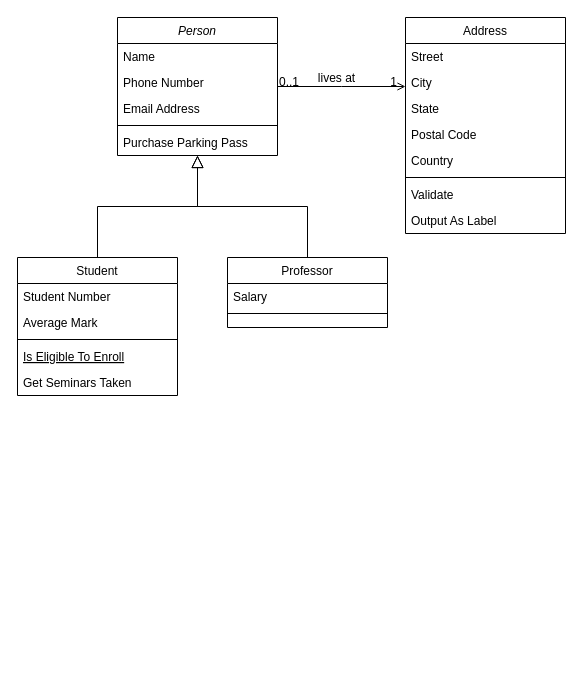
siiti/Perpus-Digital_TEFA keeps this draw.io diagram as Untitled Diagram.drawio. Above is the earlier version. Source tidied: cells renumbered, new cells numbered last; positions are measured from the earlier drawing's top-left corner, leaving out a move shared by most shapes. Both pictures are drawn from the tidied source at 100%, with x=0, y=0 at pixel (17, 17).
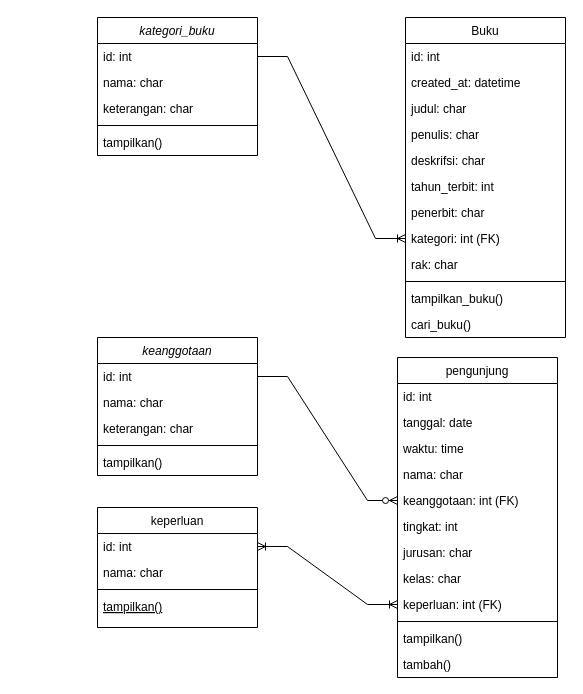
Above is the later version.

Change to the diagram source:
```diff
@@
-    <mxCell id="2" value="Person" style="swimlane;fontStyle=2;align=center;verticalAlign=top;horizontal=1;startSize=26;rounded=0;shadow=0;strokeWidth=1;" parent="1" vertex="1">
-      <mxGeometry x="100" width="160" height="138" as="geometry" />
+    <mxCell id="2" value="kategori_buku" style="swimlane;fontStyle=2;align=center;verticalAlign=top;horizontal=1;startSize=26;rounded=0;shadow=0;strokeWidth=1;" parent="1" vertex="1">
+      <mxGeometry x="80" width="160" height="138" as="geometry" />
     </mxCell>
-    <mxCell id="3" value="Name" style="text;align=left;verticalAlign=top;spacingLeft=4;spacingRight=4;overflow=hidden;points=[[0,0.5],[1,0.5]];portConstraint=eastwest;" parent="2" vertex="1">
+    <mxCell id="3" value="id: int" style="text;align=left;verticalAlign=top;spacingLeft=4;spacingRight=4;overflow=hidden;points=[[0,0.5],[1,0.5]];portConstraint=eastwest;" parent="2" vertex="1">
       <mxGeometry y="26" width="160" height="26" as="geometry" />
     </mxCell>
-    <mxCell id="4" value="Phone Number" style="text;align=left;verticalAlign=top;spacingLeft=4;spacingRight=4;overflow=hidden;rounded=0;shadow=0;html=0;" parent="2" vertex="1">
+    <mxCell id="4" value="nama: char" style="text;align=left;verticalAlign=top;spacingLeft=4;spacingRight=4;overflow=hidden;rounded=0;shadow=0;html=0;" parent="2" vertex="1">
       <mxGeometry y="52" width="160" height="26" as="geometry" />
     </mxCell>
-    <mxCell id="5" value="Email Address" style="text;align=left;verticalAlign=top;spacingLeft=4;spacingRight=4;overflow=hidden;rounded=0;shadow=0;html=0;" parent="2" vertex="1">
+    <mxCell id="5" value="keterangan: char" style="text;align=left;verticalAlign=top;spacingLeft=4;spacingRight=4;overflow=hidden;rounded=0;shadow=0;html=0;" parent="2" vertex="1">
       <mxGeometry y="78" width="160" height="26" as="geometry" />
     </mxCell>
@@
-    <mxCell id="7" value="Purchase Parking Pass" style="text;align=left;verticalAlign=top;spacingLeft=4;spacingRight=4;overflow=hidden;" parent="2" vertex="1">
+    <mxCell id="7" value="tampilkan()" style="text;align=left;verticalAlign=top;spacingLeft=4;spacingRight=4;overflow=hidden;" parent="2" vertex="1">
       <mxGeometry y="112" width="160" height="26" as="geometry" />
     </mxCell>
-    <mxCell id="8" value="Student" style="swimlane;fontStyle=0;align=center;verticalAlign=top;horizontal=1;startSize=26;rounded=0;shadow=0;strokeWidth=1;" parent="1" vertex="1">
-      <mxGeometry y="240" width="160" height="138" as="geometry" />
+    <mxCell id="8" value="keperluan" style="swimlane;fontStyle=0;align=center;verticalAlign=top;horizontal=1;startSize=26;rounded=0;shadow=0;strokeWidth=1;" parent="1" vertex="1">
+      <mxGeometry x="80" y="490" width="160" height="120" as="geometry" />
     </mxCell>
-    <mxCell id="9" value="Student Number" style="text;align=left;verticalAlign=top;spacingLeft=4;spacingRight=4;overflow=hidden;points=[[0,0.5],[1,0.5]];portConstraint=eastwest;" parent="8" vertex="1">
+    <mxCell id="9" value="id: int" style="text;align=left;verticalAlign=top;spacingLeft=4;spacingRight=4;overflow=hidden;points=[[0,0.5],[1,0.5]];portConstraint=eastwest;" parent="8" vertex="1">
       <mxGeometry y="26" width="160" height="26" as="geometry" />
     </mxCell>
-    <mxCell id="10" value="Average Mark" style="text;align=left;verticalAlign=top;spacingLeft=4;spacingRight=4;overflow=hidden;rounded=0;shadow=0;html=0;" parent="8" vertex="1">
+    <mxCell id="10" value="nama: char" style="text;align=left;verticalAlign=top;spacingLeft=4;spacingRight=4;overflow=hidden;rounded=0;shadow=0;html=0;" parent="8" vertex="1">
       <mxGeometry y="52" width="160" height="26" as="geometry" />
     </mxCell>
@@
-    <mxCell id="12" value="Is Eligible To Enroll" style="text;align=left;verticalAlign=top;spacingLeft=4;spacingRight=4;overflow=hidden;fontStyle=4;" parent="8" vertex="1">
+    <mxCell id="12" value="tampilkan()" style="text;align=left;verticalAlign=top;spacingLeft=4;spacingRight=4;overflow=hidden;fontStyle=4;" parent="8" vertex="1">
       <mxGeometry y="86" width="160" height="26" as="geometry" />
     </mxCell>
-    <mxCell id="13" value="Get Seminars Taken" style="text;align=left;verticalAlign=top;spacingLeft=4;spacingRight=4;overflow=hidden;" parent="8" vertex="1">
-      <mxGeometry y="112" width="160" height="26" as="geometry" />
-    </mxCell>
-    <mxCell id="14" style="endArrow=block;endSize=10;endFill=0;shadow=0;strokeWidth=1;rounded=0;edgeStyle=elbowEdgeStyle;elbow=vertical;" parent="1" edge="1" source="8" target="2">
-      <mxGeometry relative="1" as="geometry" />
-    </mxCell>
-    <mxCell id="15" value="Professor" style="swimlane;fontStyle=0;align=center;verticalAlign=top;horizontal=1;startSize=26;rounded=0;shadow=0;strokeWidth=1;" parent="1" vertex="1">
-      <mxGeometry x="210" y="240" width="160" height="70" as="geometry" />
-    </mxCell>
-    <mxCell id="16" value="Salary" style="text;align=left;verticalAlign=top;spacingLeft=4;spacingRight=4;overflow=hidden;" parent="15" vertex="1">
-      <mxGeometry y="26" width="160" height="26" as="geometry" />
-    </mxCell>
-    <mxCell id="17" style="line;html=1;strokeWidth=1;align=left;verticalAlign=middle;spacingTop=-1;spacingLeft=3;spacingRight=3;labelPosition=right;" parent="15" vertex="1">
-      <mxGeometry y="52" width="160" height="8" as="geometry" />
-    </mxCell>
-    <mxCell id="18" style="endArrow=block;endSize=10;endFill=0;shadow=0;strokeWidth=1;rounded=0;edgeStyle=elbowEdgeStyle;elbow=vertical;" parent="1" edge="1" source="15" target="2">
-      <mxGeometry relative="1" as="geometry" />
-    </mxCell>
-    <mxCell id="19" value="Address" style="swimlane;fontStyle=0;align=center;verticalAlign=top;horizontal=1;startSize=26;rounded=0;shadow=0;strokeWidth=1;" parent="1" vertex="1">
-      <mxGeometry x="388" width="160" height="216" as="geometry" />
+    <mxCell id="19" value="Buku" style="swimlane;fontStyle=0;align=center;verticalAlign=top;horizontal=1;startSize=26;rounded=0;shadow=0;strokeWidth=1;" parent="1" vertex="1">
+      <mxGeometry x="388" width="160" height="320" as="geometry" />
     </mxCell>
-    <mxCell id="20" value="Street" style="text;align=left;verticalAlign=top;spacingLeft=4;spacingRight=4;overflow=hidden;" parent="19" vertex="1">
+    <mxCell id="20" value="id: int" style="text;align=left;verticalAlign=top;spacingLeft=4;spacingRight=4;overflow=hidden;" parent="19" vertex="1">
       <mxGeometry y="26" width="160" height="26" as="geometry" />
     </mxCell>
-    <mxCell id="21" value="City" style="text;align=left;verticalAlign=top;spacingLeft=4;spacingRight=4;overflow=hidden;rounded=0;shadow=0;html=0;" parent="19" vertex="1">
+    <mxCell id="21" value="created_at: datetime" style="text;align=left;verticalAlign=top;spacingLeft=4;spacingRight=4;overflow=hidden;rounded=0;shadow=0;html=0;" parent="19" vertex="1">
       <mxGeometry y="52" width="160" height="26" as="geometry" />
     </mxCell>
-    <mxCell id="22" value="State" style="text;align=left;verticalAlign=top;spacingLeft=4;spacingRight=4;overflow=hidden;rounded=0;shadow=0;html=0;" parent="19" vertex="1">
+    <mxCell id="22" value="judul: char" style="text;align=left;verticalAlign=top;spacingLeft=4;spacingRight=4;overflow=hidden;rounded=0;shadow=0;html=0;" parent="19" vertex="1">
       <mxGeometry y="78" width="160" height="26" as="geometry" />
     </mxCell>
-    <mxCell id="23" value="Postal Code" style="text;align=left;verticalAlign=top;spacingLeft=4;spacingRight=4;overflow=hidden;rounded=0;shadow=0;html=0;" parent="19" vertex="1">
+    <mxCell id="23" value="penulis: char" style="text;align=left;verticalAlign=top;spacingLeft=4;spacingRight=4;overflow=hidden;rounded=0;shadow=0;html=0;" parent="19" vertex="1">
       <mxGeometry y="104" width="160" height="26" as="geometry" />
     </mxCell>
-    <mxCell id="24" value="Country" style="text;align=left;verticalAlign=top;spacingLeft=4;spacingRight=4;overflow=hidden;rounded=0;shadow=0;html=0;" parent="19" vertex="1">
+    <mxCell id="24" value="deskrifsi: char" style="text;align=left;verticalAlign=top;spacingLeft=4;spacingRight=4;overflow=hidden;rounded=0;shadow=0;html=0;" parent="19" vertex="1">
       <mxGeometry y="130" width="160" height="26" as="geometry" />
     </mxCell>
+    <mxCell id="32" value="tahun_terbit: int" style="text;align=left;verticalAlign=top;spacingLeft=4;spacingRight=4;overflow=hidden;rounded=0;shadow=0;html=0;" parent="19" vertex="1">
+      <mxGeometry y="156" width="160" height="26" as="geometry" />
+    </mxCell>
+    <mxCell id="33" value="penerbit: char" style="text;align=left;verticalAlign=top;spacingLeft=4;spacingRight=4;overflow=hidden;rounded=0;shadow=0;html=0;" parent="19" vertex="1">
+      <mxGeometry y="182" width="160" height="26" as="geometry" />
+    </mxCell>
+    <mxCell id="34" value="kategori: int (FK)" style="text;align=left;verticalAlign=top;spacingLeft=4;spacingRight=4;overflow=hidden;points=[[0,0.5],[1,0.5]];portConstraint=eastwest;rounded=0;shadow=0;html=0;" parent="19" vertex="1">
+      <mxGeometry y="208" width="160" height="26" as="geometry" />
+    </mxCell>
+    <mxCell id="35" value="rak: char" style="text;align=left;verticalAlign=top;spacingLeft=4;spacingRight=4;overflow=hidden;rounded=0;shadow=0;html=0;" parent="19" vertex="1">
+      <mxGeometry y="234" width="160" height="26" as="geometry" />
+    </mxCell>
     <mxCell id="25" style="line;html=1;strokeWidth=1;align=left;verticalAlign=middle;spacingTop=-1;spacingLeft=3;spacingRight=3;labelPosition=right;" parent="19" vertex="1">
-      <mxGeometry y="156" width="160" height="8" as="geometry" />
+      <mxGeometry y="260" width="160" height="8" as="geometry" />
     </mxCell>
-    <mxCell id="26" value="Validate" style="text;align=left;verticalAlign=top;spacingLeft=4;spacingRight=4;overflow=hidden;" parent="19" vertex="1">
-      <mxGeometry y="164" width="160" height="26" as="geometry" />
+    <mxCell id="26" value="tampilkan_buku()" style="text;align=left;verticalAlign=top;spacingLeft=4;spacingRight=4;overflow=hidden;" parent="19" vertex="1">
+      <mxGeometry y="268" width="160" height="26" as="geometry" />
     </mxCell>
-    <mxCell id="27" value="Output As Label" style="text;align=left;verticalAlign=top;spacingLeft=4;spacingRight=4;overflow=hidden;" parent="19" vertex="1">
-      <mxGeometry y="190" width="160" height="26" as="geometry" />
+    <mxCell id="27" value="cari_buku()" style="text;align=left;verticalAlign=top;spacingLeft=4;spacingRight=4;overflow=hidden;" parent="19" vertex="1">
+      <mxGeometry y="294" width="160" height="26" as="geometry" />
     </mxCell>
-    <mxCell id="28" style="endArrow=open;shadow=0;strokeWidth=1;rounded=0;endFill=1;edgeStyle=elbowEdgeStyle;elbow=vertical;" parent="1" edge="1" source="2" target="19">
-      <mxGeometry x="0.5" y="41" relative="1" as="geometry">
-        <mxPoint x="-40" y="32" as="offset" />
-      </mxGeometry>
-    </mxCell>
-    <mxCell id="29" value="0..1" style="align=left;verticalAlign=bottom;labelBackgroundColor=none;fontSize=12;" parent="28" vertex="1">
-      <mxGeometry x="-1" relative="1" as="geometry">
-        <mxPoint y="4" as="offset" />
-      </mxGeometry>
-    </mxCell>
-    <mxCell id="30" value="1" style="align=right;verticalAlign=bottom;labelBackgroundColor=none;fontSize=12;" parent="28" vertex="1">
-      <mxGeometry x="1" relative="1" as="geometry">
-        <mxPoint x="-7" y="4" as="offset" />
-      </mxGeometry>
-    </mxCell>
-    <mxCell id="31" value="lives at" style="text;html=1;align=center;verticalAlign=middle;labelBackgroundColor=none;rounded=0;shadow=0;strokeWidth=1;fontSize=12;" parent="28" vertex="1">
-      <mxGeometry x="0.5" y="49" relative="1" as="geometry">
-        <mxPoint x="-38" y="40" as="offset" />
-      </mxGeometry>
-    </mxCell>
+    <mxCell id="36" value="pengunjung" style="swimlane;fontStyle=0;align=center;verticalAlign=top;horizontal=1;startSize=26;rounded=0;shadow=0;strokeWidth=1;" parent="1" vertex="1">
+      <mxGeometry x="380" y="340" width="160" height="320" as="geometry" />
+    </mxCell>
+    <mxCell id="37" value="id: int" style="text;align=left;verticalAlign=top;spacingLeft=4;spacingRight=4;overflow=hidden;" parent="36" vertex="1">
+      <mxGeometry y="26" width="160" height="26" as="geometry" />
+    </mxCell>
+    <mxCell id="38" value="tanggal: date" style="text;align=left;verticalAlign=top;spacingLeft=4;spacingRight=4;overflow=hidden;" parent="36" vertex="1">
+      <mxGeometry y="52" width="160" height="26" as="geometry" />
+    </mxCell>
+    <mxCell id="39" value="waktu: time" style="text;align=left;verticalAlign=top;spacingLeft=4;spacingRight=4;overflow=hidden;" parent="36" vertex="1">
+      <mxGeometry y="78" width="160" height="26" as="geometry" />
+    </mxCell>
+    <mxCell id="40" value="nama: char" style="text;align=left;verticalAlign=top;spacingLeft=4;spacingRight=4;overflow=hidden;" parent="36" vertex="1">
+      <mxGeometry y="104" width="160" height="26" as="geometry" />
+    </mxCell>
+    <mxCell id="41" value="keanggotaan: int (FK)" style="text;align=left;verticalAlign=top;spacingLeft=4;spacingRight=4;overflow=hidden;points=[[0,0.5],[1,0.5]];portConstraint=eastwest;rounded=0;shadow=0;html=0;" parent="36" vertex="1">
+      <mxGeometry y="130" width="160" height="26" as="geometry" />
+    </mxCell>
+    <mxCell id="42" value="tingkat: int " style="text;align=left;verticalAlign=top;spacingLeft=4;spacingRight=4;overflow=hidden;rounded=0;shadow=0;html=0;" parent="36" vertex="1">
+      <mxGeometry y="156" width="160" height="26" as="geometry" />
+    </mxCell>
+    <mxCell id="43" value="jurusan: char" style="text;align=left;verticalAlign=top;spacingLeft=4;spacingRight=4;overflow=hidden;rounded=0;shadow=0;html=0;" parent="36" vertex="1">
+      <mxGeometry y="182" width="160" height="26" as="geometry" />
+    </mxCell>
+    <mxCell id="44" value="kelas: char" style="text;align=left;verticalAlign=top;spacingLeft=4;spacingRight=4;overflow=hidden;rounded=0;shadow=0;html=0;" parent="36" vertex="1">
+      <mxGeometry y="208" width="160" height="26" as="geometry" />
+    </mxCell>
+    <mxCell id="45" value="keperluan: int (FK)" style="text;align=left;verticalAlign=top;spacingLeft=4;spacingRight=4;overflow=hidden;points=[[0,0.5],[1,0.5]];portConstraint=eastwest;rounded=0;shadow=0;html=0;" parent="36" vertex="1">
+      <mxGeometry y="234" width="160" height="26" as="geometry" />
+    </mxCell>
+    <mxCell id="46" style="line;html=1;strokeWidth=1;align=left;verticalAlign=middle;spacingTop=-1;spacingLeft=3;spacingRight=3;labelPosition=right;" parent="36" vertex="1">
+      <mxGeometry y="260" width="160" height="8" as="geometry" />
+    </mxCell>
+    <mxCell id="47" value="tampilkan()" style="text;align=left;verticalAlign=top;spacingLeft=4;spacingRight=4;overflow=hidden;" parent="36" vertex="1">
+      <mxGeometry y="268" width="160" height="26" as="geometry" />
+    </mxCell>
+    <mxCell id="48" value="tambah()" style="text;align=left;verticalAlign=top;spacingLeft=4;spacingRight=4;overflow=hidden;" parent="36" vertex="1">
+      <mxGeometry y="294" width="160" height="26" as="geometry" />
+    </mxCell>
+    <mxCell id="49" value="keanggotaan" style="swimlane;fontStyle=2;align=center;verticalAlign=top;horizontal=1;startSize=26;rounded=0;shadow=0;strokeWidth=1;" parent="1" vertex="1">
+      <mxGeometry x="80" y="320" width="160" height="138" as="geometry" />
+    </mxCell>
+    <mxCell id="50" value="id: int" style="text;align=left;verticalAlign=top;spacingLeft=4;spacingRight=4;overflow=hidden;points=[[0,0.5],[1,0.5]];portConstraint=eastwest;" parent="49" vertex="1">
+      <mxGeometry y="26" width="160" height="26" as="geometry" />
+    </mxCell>
+    <mxCell id="51" value="nama: char" style="text;align=left;verticalAlign=top;spacingLeft=4;spacingRight=4;overflow=hidden;rounded=0;shadow=0;html=0;" parent="49" vertex="1">
+      <mxGeometry y="52" width="160" height="26" as="geometry" />
+    </mxCell>
+    <mxCell id="52" value="keterangan: char" style="text;align=left;verticalAlign=top;spacingLeft=4;spacingRight=4;overflow=hidden;rounded=0;shadow=0;html=0;" parent="49" vertex="1">
+      <mxGeometry y="78" width="160" height="26" as="geometry" />
+    </mxCell>
+    <mxCell id="53" style="line;html=1;strokeWidth=1;align=left;verticalAlign=middle;spacingTop=-1;spacingLeft=3;spacingRight=3;labelPosition=right;" parent="49" vertex="1">
+      <mxGeometry y="104" width="160" height="8" as="geometry" />
+    </mxCell>
+    <mxCell id="54" value="tampilkan()" style="text;align=left;verticalAlign=top;spacingLeft=4;spacingRight=4;overflow=hidden;" parent="49" vertex="1">
+      <mxGeometry y="112" width="160" height="26" as="geometry" />
+    </mxCell>
+    <mxCell id="55" style="edgeStyle=entityRelationEdgeStyle;fontSize=12;html=1;endArrow=ERoneToMany;rounded=0;exitX=1;exitY=0.5;exitDx=0;exitDy=0;entryX=0;entryY=0.5;entryDx=0;entryDy=0;" parent="1" edge="1" source="3" target="34">
+      <mxGeometry relative="1" as="geometry" />
+    </mxCell>
+    <mxCell id="56" style="edgeStyle=entityRelationEdgeStyle;fontSize=12;html=1;endArrow=ERoneToMany;startArrow=ERoneToMany;rounded=0;entryX=0;entryY=0.5;entryDx=0;entryDy=0;" parent="1" edge="1" source="9" target="45">
+      <mxGeometry relative="1" as="geometry">
+        <Array as="points">
+          <mxPoint x="280" y="550" />
+          <mxPoint x="320" y="550" />
+        </Array>
+      </mxGeometry>
+    </mxCell>
+    <mxCell id="57" style="edgeStyle=entityRelationEdgeStyle;fontSize=12;html=1;endArrow=ERzeroToMany;endFill=1;rounded=0;entryX=0;entryY=0.5;entryDx=0;entryDy=0;exitX=1;exitY=0.5;exitDx=0;exitDy=0;" parent="1" edge="1" source="50" target="41">
+      <mxGeometry relative="1" as="geometry" />
+    </mxCell>
```
